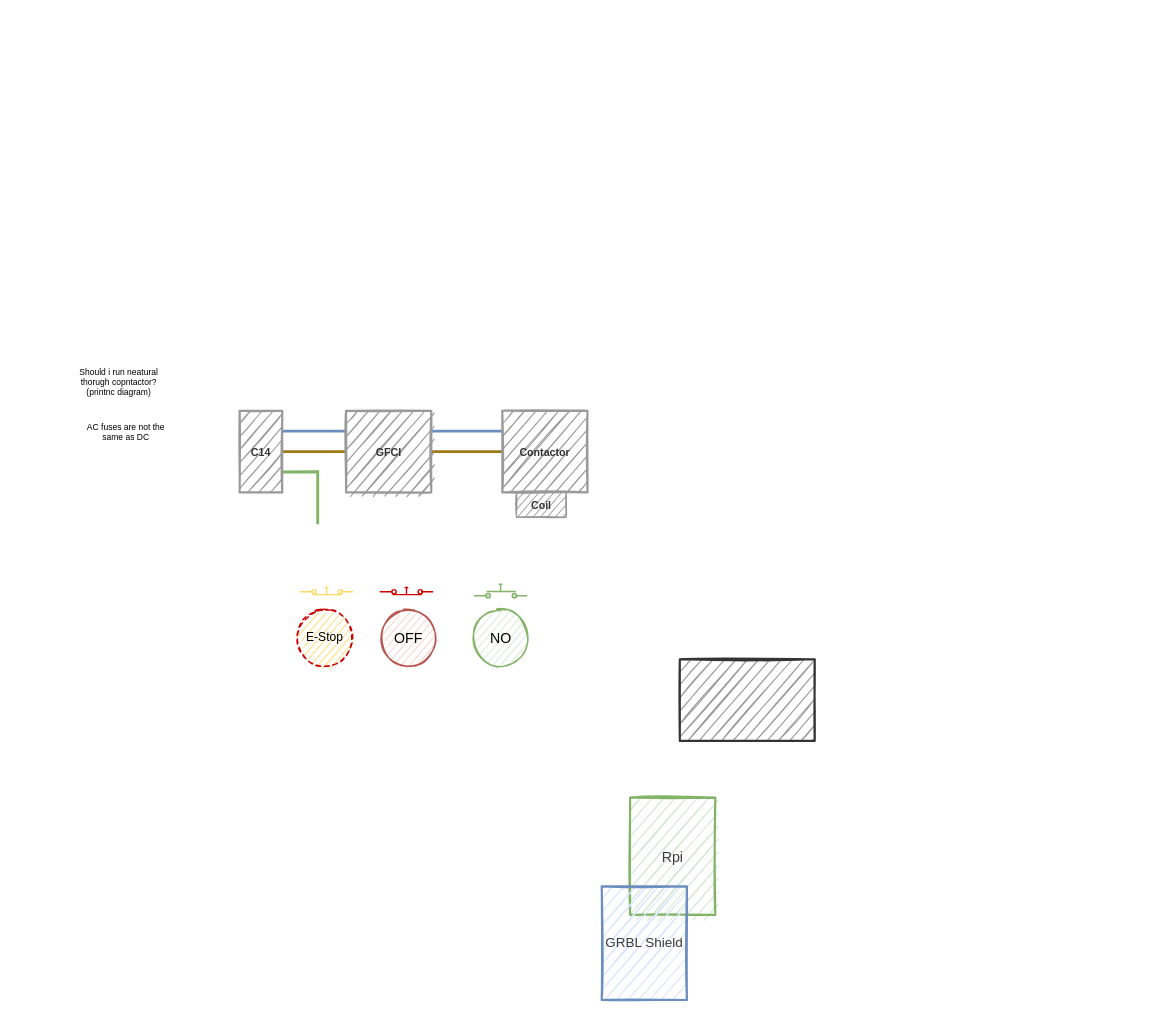
DoggeBoi/Led_matirx-_clock keeps this draw.io diagram as Untitled Diagram.drawio. Above is the earlier version. Source tidied: cells renumbered, new cells numbered last; positions are measured from the earlier drawing's top-left corner, leaving out a move shared by most shapes. Both pictures are drawn from the tidied source at 71%, with x=0, y=0 at pixel (69, 361).
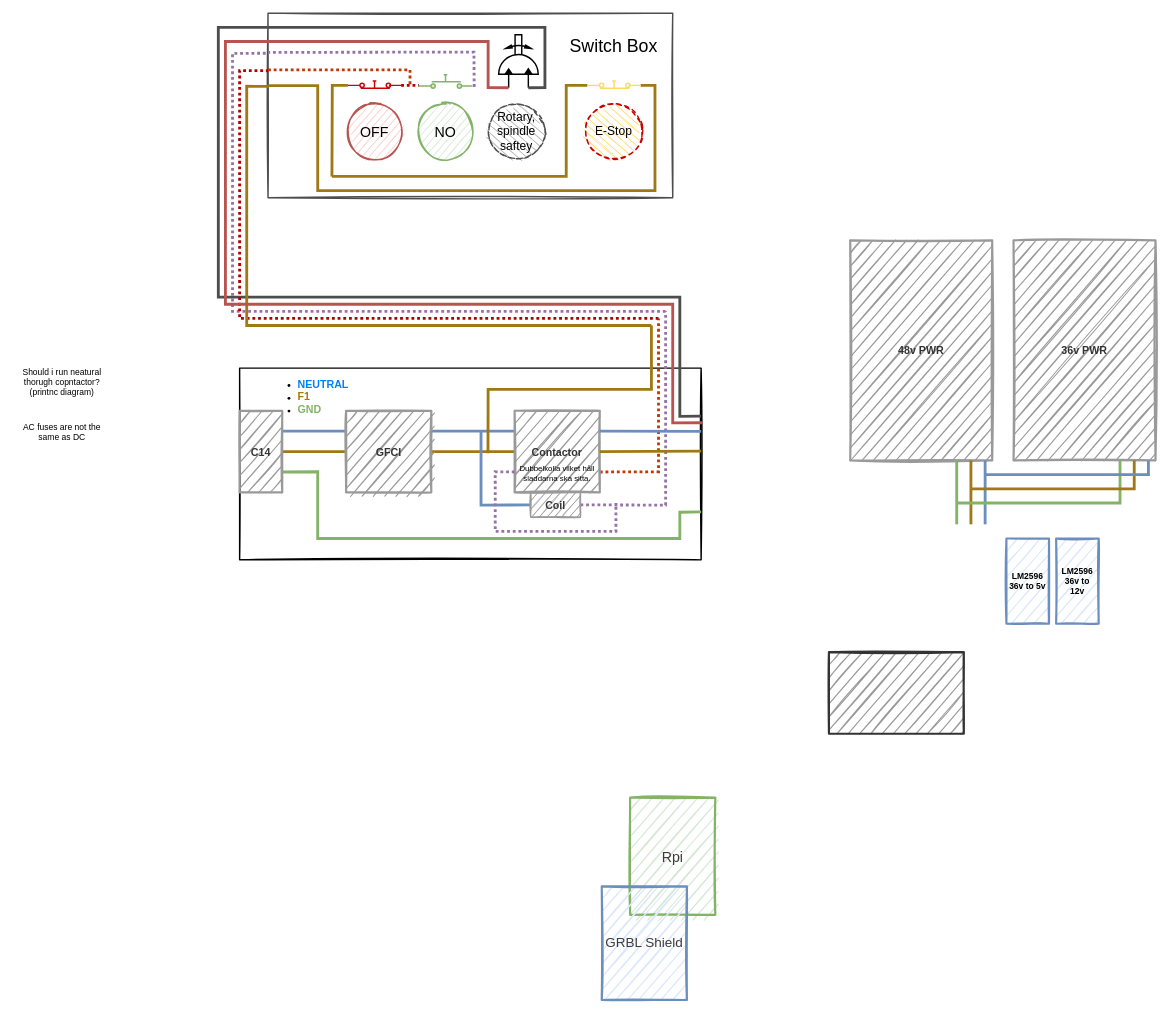
Above is the later version.

The change refers to these unchanged cells:
```xml
<mxCell id="8" value="&lt;font style=&quot;font-size: 15px&quot;&gt;&lt;b&gt;C14&lt;/b&gt;&lt;/font&gt;" style="rounded=0;whiteSpace=wrap;html=1;sketch=1;strokeWidth=3;fontColor=#333333;fillColor=#999999;strokeColor=#999999;" parent="1" vertex="1">
  <mxGeometry x="240" y="70" width="60" height="115" as="geometry" />
</mxCell>
```

Diff of the diagram source:
```diff
@@
+    <mxCell id="22" style="rounded=0;whiteSpace=wrap;html=1;shadow=0;sketch=1;strokeColor=#4D4D4D;strokeWidth=2;fillColor=none;" parent="1" vertex="1">
+      <mxGeometry x="280" y="-490" width="570" height="260" as="geometry" />
+    </mxCell>
+    <mxCell id="23" style="rounded=0;whiteSpace=wrap;html=1;fillColor=none;strokeWidth=2;sketch=1;" parent="1" vertex="1">
+      <mxGeometry x="240" y="10" width="650" height="270" as="geometry" />
+    </mxCell>
@@
     <mxCell id="4" style="rounded=0;whiteSpace=wrap;html=1;sketch=1;strokeWidth=3;fontColor=#333333;fillColor=#999999;strokeColor=#333333;" parent="1" vertex="1">
-      <mxGeometry x="860" y="420" width="190" height="115" as="geometry" />
+      <mxGeometry x="1070" y="410" width="190" height="115" as="geometry" />
     </mxCell>
@@
-    <mxCell id="7" style="edgeStyle=none;rounded=0;sketch=0;jettySize=auto;html=1;exitX=1;exitY=0.75;exitDx=0;exitDy=0;endArrow=none;endFill=0;strokeColor=#82b366;strokeWidth=4;fillColor=#d5e8d4;jumpStyle=none;" parent="1" edge="1" source="8">
+    <mxCell id="7" style="edgeStyle=none;rounded=0;sketch=0;jettySize=auto;html=1;exitX=1;exitY=0.75;exitDx=0;exitDy=0;endArrow=none;endFill=0;strokeColor=#82b366;strokeWidth=4;fillColor=#d5e8d4;jumpStyle=none;entryX=1;entryY=0.75;entryDx=0;entryDy=0;" parent="1" edge="1" source="8" target="23">
       <mxGeometry relative="1" as="geometry">
-        <mxPoint x="350" y="230" as="targetPoint" />
         <Array as="points">
           <mxPoint x="350" y="156" />
+          <mxPoint x="350" y="250" />
+          <mxPoint x="860" y="250" />
+          <mxPoint x="860" y="213" />
         </Array>
       </mxGeometry>
     </mxCell>
@@
     <mxCell id="12" value="Should i run neatural thorugh copntactor? (printnc diagram)" style="text;html=1;strokeColor=none;fillColor=none;align=center;verticalAlign=middle;whiteSpace=wrap;rounded=0;sketch=1;" parent="1" vertex="1">
-      <mxGeometry width="140" height="60" as="geometry" />
+      <mxGeometry x="-80" width="140" height="60" as="geometry" />
     </mxCell>
+    <mxCell id="24" style="edgeStyle=none;rounded=0;sketch=0;jumpStyle=none;jumpSize=2;jettySize=auto;html=1;exitX=1;exitY=0.75;exitDx=0;exitDy=0;dashed=1;dashPattern=1 1;endArrow=none;endFill=0;endSize=6;strokeColor=#C73500;strokeWidth=4;fillColor=#fa6800;" parent="1" edge="1" source="13">
+      <mxGeometry relative="1" as="geometry">
+        <mxPoint x="830" y="-60" as="targetPoint" />
+        <Array as="points">
+          <mxPoint x="830" y="156" />
+        </Array>
+      </mxGeometry>
+    </mxCell>
     <mxCell id="13" value="&lt;span style=&quot;font-size: 15px&quot;&gt;&lt;b&gt;Contactor&lt;/b&gt;&lt;/span&gt;" style="rounded=0;whiteSpace=wrap;html=1;sketch=1;strokeWidth=3;fontColor=#333333;fillColor=#999999;strokeColor=#999999;perimeterSpacing=0;" parent="1" vertex="1">
-      <mxGeometry x="610" y="70" width="120" height="115" as="geometry" />
+      <mxGeometry x="627.3" y="70" width="120" height="115" as="geometry" />
     </mxCell>
     <mxCell id="14" value="AC fuses are not the same as DC" style="text;html=1;strokeColor=none;fillColor=none;align=center;verticalAlign=middle;whiteSpace=wrap;rounded=0;sketch=1;" parent="1" vertex="1">
-      <mxGeometry x="10" y="70" width="140" height="60" as="geometry" />
+      <mxGeometry x="-80" y="70" width="140" height="60" as="geometry" />
     </mxCell>
+    <mxCell id="25" style="edgeStyle=none;rounded=0;sketch=0;jumpStyle=none;jettySize=auto;html=1;exitX=0;exitY=0.5;exitDx=0;exitDy=0;endArrow=none;endFill=0;strokeColor=#6c8ebf;strokeWidth=4;fillColor=#dae8fc;" parent="1" edge="1" source="15">
+      <mxGeometry relative="1" as="geometry">
+        <mxPoint x="580" y="100" as="targetPoint" />
+        <Array as="points">
+          <mxPoint x="580" y="203" />
+        </Array>
+      </mxGeometry>
+    </mxCell>
+    <mxCell id="26" style="edgeStyle=none;rounded=0;sketch=0;jumpStyle=none;jumpSize=2;jettySize=auto;html=1;exitX=1;exitY=0.5;exitDx=0;exitDy=0;dashed=1;dashPattern=1 1;endArrow=none;endFill=0;endSize=6;strokeColor=#9673a6;strokeWidth=4;fillColor=#e1d5e7;" parent="1" edge="1" source="15">
+      <mxGeometry relative="1" as="geometry">
+        <mxPoint x="840" y="-70" as="targetPoint" />
+        <Array as="points">
+          <mxPoint x="840" y="203" />
+        </Array>
+      </mxGeometry>
+    </mxCell>
     <mxCell id="15" value="&lt;span style=&quot;font-size: 15px&quot;&gt;&lt;b&gt;Coil&lt;br&gt;&lt;/b&gt;&lt;/span&gt;" style="rounded=0;whiteSpace=wrap;html=1;sketch=1;strokeWidth=2;fontColor=#333333;fillColor=#999999;strokeColor=#999999;perimeterSpacing=0;" parent="1" vertex="1">
-      <mxGeometry x="630" y="185" width="70" height="35" as="geometry" />
+      <mxGeometry x="650" y="185" width="70" height="35" as="geometry" />
     </mxCell>
     <mxCell id="16" value="&lt;span style=&quot;font-size: 20px&quot;&gt;OFF&lt;/span&gt;" style="ellipse;whiteSpace=wrap;html=1;sketch=1;strokeColor=#b85450;strokeWidth=2;fillColor=#f8cecc;" parent="1" vertex="1">
-      <mxGeometry x="437.5" y="350" width="80" height="80" as="geometry" />
+      <mxGeometry x="390" y="-363.3" width="80" height="80" as="geometry" />
     </mxCell>
     <mxCell id="17" value="&lt;font style=&quot;font-size: 20px&quot;&gt;NO&lt;/font&gt;" style="ellipse;whiteSpace=wrap;html=1;sketch=1;strokeColor=#82b366;strokeWidth=2;fillColor=#d5e8d4;" parent="1" vertex="1">
-      <mxGeometry x="567.5" y="350" width="80" height="80" as="geometry" />
+      <mxGeometry x="490" y="-363.3" width="80" height="80" as="geometry" />
     </mxCell>
-    <mxCell id="18" value="&lt;font style=&quot;font-size: 17px&quot;&gt;E-Stop&lt;/font&gt;" style="ellipse;whiteSpace=wrap;html=1;sketch=1;strokeWidth=2;fillColor=#FFD966;strokeColor=#CC0000;dashed=1;" parent="1" vertex="1">
-      <mxGeometry x="320" y="350" width="80" height="80" as="geometry" />
+    <mxCell id="18" value="&lt;font style=&quot;font-size: 17px&quot;&gt;E-Stop&lt;/font&gt;" style="ellipse;whiteSpace=wrap;html=1;sketch=1;strokeWidth=2;fillColor=#FFD966;strokeColor=#CC0000;dashed=1;direction=south;" parent="1" vertex="1">
+      <mxGeometry x="727.3" y="-363.3" width="80" height="80" as="geometry" />
     </mxCell>
     <mxCell id="19" style="verticalLabelPosition=bottom;shadow=0;dashed=0;align=center;html=1;verticalAlign=top;shape=mxgraph.electrical.electro-mechanical.push_switch_no;sketch=0;strokeColor=#82b366;strokeWidth=2;fillColor=#d5e8d4;" parent="1" vertex="1">
-      <mxGeometry x="570" y="314.5" width="75" height="19" as="geometry" />
+      <mxGeometry x="492.5" y="-403.3" width="75" height="19" as="geometry" />
     </mxCell>
+    <mxCell id="27" style="edgeStyle=orthogonalEdgeStyle;rounded=0;jettySize=auto;html=1;exitX=1;exitY=0.6;exitDx=0;exitDy=0;exitPerimeter=0;entryX=0;entryY=0.84;entryDx=0;entryDy=0;entryPerimeter=0;strokeColor=#B20000;strokeWidth=4;endArrow=none;endFill=0;fillColor=#e51400;dashed=1;dashPattern=1 1;" parent="1" edge="1" source="20" target="19">
+      <mxGeometry relative="1" as="geometry" />
+    </mxCell>
+    <mxCell id="28" style="edgeStyle=orthogonalEdgeStyle;rounded=0;jettySize=auto;html=1;exitX=0;exitY=0.6;exitDx=0;exitDy=0;exitPerimeter=0;endArrow=none;endFill=0;strokeColor=#9E7915;strokeWidth=4;" parent="1" edge="1" source="20">
+      <mxGeometry relative="1" as="geometry">
+        <mxPoint x="370" y="-260" as="targetPoint" />
+      </mxGeometry>
+    </mxCell>
     <mxCell id="20" style="verticalLabelPosition=bottom;shadow=0;dashed=0;align=center;html=1;verticalAlign=top;shape=mxgraph.electrical.electro-mechanical.push_switch_nc;sketch=0;strokeWidth=2;strokeColor=#CC0000;fillColor=none;" parent="1" vertex="1">
-      <mxGeometry x="437.5" y="319" width="75" height="10" as="geometry" />
+      <mxGeometry x="392.5" y="-394.3" width="75" height="10" as="geometry" />
     </mxCell>
+    <mxCell id="29" style="edgeStyle=orthogonalEdgeStyle;rounded=0;jettySize=auto;html=1;exitX=0;exitY=0.6;exitDx=0;exitDy=0;exitPerimeter=0;endArrow=none;endFill=0;strokeColor=#9E7915;strokeWidth=4;" parent="1" edge="1" source="21">
+      <mxGeometry relative="1" as="geometry">
+        <mxPoint x="370" y="-260" as="targetPoint" />
+        <Array as="points">
+          <mxPoint x="700" y="-388" />
+          <mxPoint x="700" y="-260" />
+        </Array>
+      </mxGeometry>
+    </mxCell>
+    <mxCell id="30" style="edgeStyle=orthogonalEdgeStyle;rounded=0;jettySize=auto;html=1;exitX=1;exitY=0.6;exitDx=0;exitDy=0;exitPerimeter=0;endArrow=none;endFill=0;strokeWidth=4;strokeColor=#9E7915;" parent="1" edge="1" source="21">
+      <mxGeometry relative="1" as="geometry">
+        <mxPoint x="280" y="-388" as="targetPoint" />
+        <Array as="points">
+          <mxPoint x="825" y="-388" />
+          <mxPoint x="825" y="-240" />
+          <mxPoint x="350" y="-240" />
+          <mxPoint x="350" y="-388" />
+        </Array>
+      </mxGeometry>
+    </mxCell>
     <mxCell id="21" style="verticalLabelPosition=bottom;shadow=0;dashed=0;align=center;html=1;verticalAlign=top;shape=mxgraph.electrical.electro-mechanical.push_switch_nc;sketch=0;strokeWidth=2;strokeColor=#FFD966;fillColor=none;" parent="1" vertex="1">
-      <mxGeometry x="325" y="319" width="75" height="10" as="geometry" />
+      <mxGeometry x="729.8" y="-394.3" width="75" height="10" as="geometry" />
     </mxCell>
+    <mxCell id="31" value="&lt;ul&gt;&lt;li&gt;&lt;font size=&quot;1&quot;&gt;&lt;b style=&quot;font-size: 15px&quot;&gt;&lt;font color=&quot;#007fff&quot;&gt;NEUTRAL&lt;/font&gt;&lt;/b&gt;&lt;/font&gt;&lt;/li&gt;&lt;li&gt;&lt;font size=&quot;1&quot;&gt;&lt;b style=&quot;font-size: 15px&quot;&gt;&lt;font color=&quot;#9e7915&quot;&gt;F1&lt;/font&gt;&lt;/b&gt;&lt;/font&gt;&lt;/li&gt;&lt;li&gt;&lt;font size=&quot;1&quot;&gt;&lt;b style=&quot;font-size: 15px&quot;&gt;&lt;font color=&quot;#82b366&quot;&gt;GND&lt;/font&gt;&lt;/b&gt;&lt;/font&gt;&lt;/li&gt;&lt;/ul&gt;" style="text;html=1;strokeColor=none;fillColor=none;align=left;verticalAlign=middle;whiteSpace=wrap;rounded=0;sketch=1;" parent="1" vertex="1">
+      <mxGeometry x="280" y="10" width="132.5" height="80" as="geometry" />
+    </mxCell>
+    <mxCell id="32" value="&lt;font style=&quot;font-size: 11px&quot;&gt;Dubbelkolla vilket håll sladdarna ska sitta.&lt;/font&gt;" style="text;html=1;strokeColor=none;fillColor=none;align=center;verticalAlign=middle;whiteSpace=wrap;rounded=0;sketch=1;" parent="1" vertex="1">
+      <mxGeometry x="631" y="130" width="112.7" height="55" as="geometry" />
+    </mxCell>
+    <mxCell id="33" style="verticalLabelPosition=bottom;html=1;verticalAlign=top;strokeColor=#000000;fillColor=#000000;align=center;outlineConnect=0;shape=mxgraph.fluid_power.x11280;points=[[0,0.25,0],[0,0.75,0]];shadow=0;sketch=0;rotation=-90;strokeWidth=2;" parent="1" vertex="1">
+      <mxGeometry x="595.4" y="-450" width="74.6" height="55.7" as="geometry" />
+    </mxCell>
+    <mxCell id="34" value="&lt;font style=&quot;font-size: 17px&quot;&gt;Rotary, spindle saftey&lt;/font&gt;" style="ellipse;whiteSpace=wrap;html=1;sketch=1;strokeWidth=2;dashed=1;direction=south;strokeColor=#4D4D4D;fillColor=#B3B3B3;" parent="1" vertex="1">
+      <mxGeometry x="590" y="-363.3" width="80" height="80" as="geometry" />
+    </mxCell>
+    <mxCell id="35" value="&lt;font style=&quot;font-size: 25px&quot;&gt;Switch Box&lt;/font&gt;" style="text;html=1;strokeColor=none;fillColor=none;align=center;verticalAlign=middle;whiteSpace=wrap;rounded=0;shadow=0;sketch=1;" parent="1" vertex="1">
+      <mxGeometry x="692.3" y="-460" width="150" height="30" as="geometry" />
+    </mxCell>
+    <mxCell id="36" style="edgeStyle=none;rounded=0;sketch=0;jumpStyle=none;jumpSize=2;jettySize=auto;html=1;exitX=0;exitY=0.75;exitDx=0;exitDy=0;dashed=1;dashPattern=1 1;endArrow=none;endFill=0;endSize=6;strokeColor=#9673a6;strokeWidth=4;fillColor=#e1d5e7;" parent="1" edge="1" source="13">
+      <mxGeometry relative="1" as="geometry">
+        <mxPoint x="770" y="200" as="targetPoint" />
+        <Array as="points">
+          <mxPoint x="600" y="156" />
+          <mxPoint x="600" y="240" />
+          <mxPoint x="770" y="240" />
+        </Array>
+      </mxGeometry>
+    </mxCell>
+    <mxCell id="37" style="edgeStyle=none;rounded=0;sketch=0;jumpStyle=none;orthogonalLoop=1;jettySize=auto;html=1;endArrow=none;endFill=0;strokeColor=#9E7915;strokeWidth=4;fontStyle=4;" parent="1" edge="1">
+      <mxGeometry relative="1" as="geometry">
+        <mxPoint x="820" y="-50" as="sourcePoint" />
+        <mxPoint x="589.8" y="130" as="targetPoint" />
+        <Array as="points">
+          <mxPoint x="820" y="40" />
+          <mxPoint x="590" y="40" />
+        </Array>
+      </mxGeometry>
+    </mxCell>
+    <mxCell id="38" style="endArrow=none;html=1;strokeColor=#C73500;strokeWidth=4;fillColor=#fa6800;dashed=1;dashPattern=1 1;rounded=0;" parent="1" edge="1">
+      <mxGeometry relative="1" as="geometry">
+        <mxPoint x="480" y="-390" as="sourcePoint" />
+        <mxPoint x="280" y="-410" as="targetPoint" />
+        <Array as="points">
+          <mxPoint x="480" y="-410" />
+        </Array>
+      </mxGeometry>
+    </mxCell>
+    <mxCell id="39" style="endArrow=none;html=1;endSize=6;strokeColor=#b85450;strokeWidth=4;fillColor=#f8cecc;exitX=0;exitY=0.25;exitDx=0;exitDy=0;exitPerimeter=0;rounded=0;" parent="1" edge="1" source="33">
+      <mxGeometry relative="1" as="geometry">
+        <mxPoint x="280" y="-450" as="targetPoint" />
+        <Array as="points">
+          <mxPoint x="590" y="-385" />
+          <mxPoint x="590" y="-450" />
+        </Array>
+      </mxGeometry>
+    </mxCell>
+    <mxCell id="40" style="endArrow=none;html=1;endSize=6;strokeWidth=4;strokeColor=#4D4D4D;exitX=0;exitY=0.75;exitDx=0;exitDy=0;exitPerimeter=0;rounded=0;" parent="1" edge="1" source="33">
+      <mxGeometry relative="1" as="geometry">
+        <mxPoint x="280" y="-470" as="targetPoint" />
+        <Array as="points">
+          <mxPoint x="670" y="-385" />
+          <mxPoint x="670" y="-470" />
+        </Array>
+      </mxGeometry>
+    </mxCell>
+    <mxCell id="41" style="endArrow=none;html=1;strokeColor=#9673a6;strokeWidth=4;fillColor=#e1d5e7;dashed=1;dashPattern=1 1;rounded=0;exitX=1.038;exitY=0.908;exitDx=0;exitDy=0;exitPerimeter=0;entryX=0;entryY=0.213;entryDx=0;entryDy=0;entryPerimeter=0;" parent="1" edge="1" source="19" target="22">
+      <mxGeometry relative="1" as="geometry">
+        <Array as="points">
+          <mxPoint x="570" y="-435" />
+          <mxPoint x="480" y="-435" />
+          <mxPoint x="450" y="-435" />
+        </Array>
+      </mxGeometry>
+    </mxCell>
+    <mxCell id="42" style="edgeStyle=none;rounded=0;sketch=0;jumpStyle=none;jettySize=auto;html=1;exitX=1;exitY=0.25;exitDx=0;exitDy=0;endArrow=none;endFill=0;strokeColor=#6c8ebf;strokeWidth=4;fillColor=#dae8fc;" parent="1" edge="1" source="13">
+      <mxGeometry relative="1" as="geometry">
+        <mxPoint x="890" y="99" as="targetPoint" />
+      </mxGeometry>
+    </mxCell>
+    <mxCell id="43" style="edgeStyle=none;rounded=0;sketch=0;jumpStyle=none;jettySize=auto;html=1;exitX=1;exitY=0.5;exitDx=0;exitDy=0;endArrow=none;endFill=0;strokeColor=#9E7915;strokeWidth=4;entryX=1;entryY=0.433;entryDx=0;entryDy=0;entryPerimeter=0;" parent="1" edge="1" source="13" target="23">
+      <mxGeometry relative="1" as="geometry" />
+    </mxCell>
+    <mxCell id="44" style="endArrow=none;html=1;strokeWidth=4;entryX=-0.001;entryY=0.077;entryDx=0;entryDy=0;entryPerimeter=0;strokeColor=#4D4D4D;rounded=0;exitX=1;exitY=0.25;exitDx=0;exitDy=0;" parent="1" edge="1" source="23" target="22">
+      <mxGeometry relative="1" as="geometry">
+        <Array as="points">
+          <mxPoint x="860" y="78" />
+          <mxPoint x="860" y="-90" />
+          <mxPoint x="210" y="-90" />
+          <mxPoint x="210" y="-470" />
+        </Array>
+      </mxGeometry>
+    </mxCell>
+    <mxCell id="45" style="endArrow=none;html=1;strokeWidth=4;entryX=-0.001;entryY=0.077;entryDx=0;entryDy=0;entryPerimeter=0;strokeColor=#9673a6;rounded=0;fillColor=#e1d5e7;dashed=1;dashPattern=1 1;" parent="1" edge="1">
+      <mxGeometry relative="1" as="geometry">
+        <mxPoint x="840" y="-70" as="sourcePoint" />
+        <mxPoint x="280" y="-433.5" as="targetPoint" />
+        <Array as="points">
+          <mxPoint x="230" y="-70" />
+          <mxPoint x="230" y="-433.3" />
+        </Array>
+      </mxGeometry>
+    </mxCell>
+    <mxCell id="46" style="endArrow=none;html=1;strokeWidth=4;entryX=-0.001;entryY=0.077;entryDx=0;entryDy=0;entryPerimeter=0;strokeColor=#B20000;rounded=0;fillColor=#e51400;dashed=1;dashPattern=1 1;" parent="1" edge="1">
+      <mxGeometry relative="1" as="geometry">
+        <mxPoint x="830" y="-60" as="sourcePoint" />
+        <mxPoint x="280" y="-408.9" as="targetPoint" />
+        <Array as="points">
+          <mxPoint x="240" y="-60" />
+          <mxPoint x="240" y="-409" />
+        </Array>
+      </mxGeometry>
+    </mxCell>
+    <mxCell id="47" style="endArrow=none;html=1;strokeWidth=4;entryX=0.002;entryY=0.397;entryDx=0;entryDy=0;entryPerimeter=0;rounded=0;fillColor=#fff2cc;strokeColor=#9E7915;" parent="1" edge="1" target="22">
+      <mxGeometry relative="1" as="geometry">
+        <mxPoint x="820" y="-50" as="sourcePoint" />
+        <Array as="points">
+          <mxPoint x="250" y="-50" />
+          <mxPoint x="250" y="-387" />
+        </Array>
+      </mxGeometry>
+    </mxCell>
+    <mxCell id="48" style="endArrow=none;html=1;strokeWidth=4;strokeColor=#b85450;rounded=0;fillColor=#f8cecc;exitX=1.002;exitY=0.285;exitDx=0;exitDy=0;exitPerimeter=0;" parent="1" edge="1" source="23">
+      <mxGeometry relative="1" as="geometry">
+        <mxPoint x="280" y="-450" as="targetPoint" />
+        <Array as="points">
+          <mxPoint x="850" y="87" />
+          <mxPoint x="850" y="-80" />
+          <mxPoint x="220" y="-80" />
+          <mxPoint x="220" y="-450" />
+        </Array>
+      </mxGeometry>
+    </mxCell>
+    <mxCell id="49" value="&lt;span style=&quot;font-size: 15px&quot;&gt;&lt;b&gt;48v PWR&lt;/b&gt;&lt;/span&gt;" style="rounded=0;whiteSpace=wrap;html=1;sketch=1;strokeWidth=3;fontColor=#333333;fillColor=#999999;strokeColor=#999999;perimeterSpacing=0;" parent="1" vertex="1">
+      <mxGeometry x="1100" y="-170" width="200" height="310" as="geometry" />
+    </mxCell>
+    <mxCell id="50" value="&lt;span style=&quot;font-size: 15px&quot;&gt;&lt;b&gt;36v PWR&lt;/b&gt;&lt;/span&gt;" style="rounded=0;whiteSpace=wrap;html=1;sketch=1;strokeWidth=3;fontColor=#333333;fillColor=#999999;strokeColor=#999999;perimeterSpacing=0;" parent="1" vertex="1">
+      <mxGeometry x="1330" y="-170" width="200" height="310" as="geometry" />
+    </mxCell>
+    <mxCell id="51" value="&lt;b&gt;LM2596 36v to 12v&lt;/b&gt;" style="rounded=0;whiteSpace=wrap;html=1;sketch=1;strokeWidth=3;fillColor=#dae8fc;strokeColor=#6c8ebf;perimeterSpacing=0;" parent="1" vertex="1">
+      <mxGeometry x="1390" y="250" width="60" height="120" as="geometry" />
+    </mxCell>
+    <mxCell id="52" value="&lt;b&gt;LM2596 36v to 5v&lt;/b&gt;" style="rounded=0;whiteSpace=wrap;html=1;sketch=1;strokeWidth=3;fillColor=#dae8fc;strokeColor=#6c8ebf;perimeterSpacing=0;" parent="1" vertex="1">
+      <mxGeometry x="1320" y="250" width="60" height="120" as="geometry" />
+    </mxCell>
+    <mxCell id="53" style="endArrow=none;html=1;strokeColor=#82b366;strokeWidth=4;fillColor=#d5e8d4;" parent="1" edge="1">
+      <mxGeometry relative="1" as="geometry">
+        <mxPoint x="1250" y="230" as="sourcePoint" />
+        <mxPoint x="1250" y="140" as="targetPoint" />
+      </mxGeometry>
+    </mxCell>
+    <mxCell id="54" style="endArrow=none;html=1;strokeWidth=4;fillColor=#d5e8d4;strokeColor=#9E7915;" parent="1" edge="1">
+      <mxGeometry relative="1" as="geometry">
+        <mxPoint x="1270" y="230" as="sourcePoint" />
+        <mxPoint x="1270" y="140" as="targetPoint" />
+      </mxGeometry>
+    </mxCell>
+    <mxCell id="55" style="endArrow=none;html=1;strokeWidth=4;fillColor=#dae8fc;strokeColor=#6c8ebf;" parent="1" edge="1">
+      <mxGeometry relative="1" as="geometry">
+        <mxPoint x="1290" y="230" as="sourcePoint" />
+        <mxPoint x="1290" y="140" as="targetPoint" />
+      </mxGeometry>
+    </mxCell>
+    <mxCell id="56" style="endArrow=none;html=1;strokeColor=#82b366;strokeWidth=4;fillColor=#d5e8d4;rounded=0;" parent="1" edge="1">
+      <mxGeometry relative="1" as="geometry">
+        <mxPoint x="1250" y="200" as="sourcePoint" />
+        <mxPoint x="1480" y="140" as="targetPoint" />
+        <Array as="points">
+          <mxPoint x="1480" y="200" />
+        </Array>
+      </mxGeometry>
+    </mxCell>
+    <mxCell id="57" style="endArrow=none;html=1;strokeWidth=4;fillColor=#d5e8d4;strokeColor=#9E7915;rounded=0;" parent="1" edge="1">
+      <mxGeometry relative="1" as="geometry">
+        <mxPoint x="1270" y="180" as="sourcePoint" />
+        <mxPoint x="1500" y="140" as="targetPoint" />
+        <Array as="points">
+          <mxPoint x="1500" y="180" />
+        </Array>
+      </mxGeometry>
+    </mxCell>
+    <mxCell id="58" style="endArrow=none;html=1;strokeWidth=4;fillColor=#dae8fc;strokeColor=#6c8ebf;rounded=0;" parent="1" edge="1">
+      <mxGeometry relative="1" as="geometry">
+        <mxPoint x="1290" y="160" as="sourcePoint" />
+        <mxPoint x="1520" y="140" as="targetPoint" />
+        <Array as="points">
+          <mxPoint x="1520" y="160" />
+        </Array>
+      </mxGeometry>
+    </mxCell>
```
